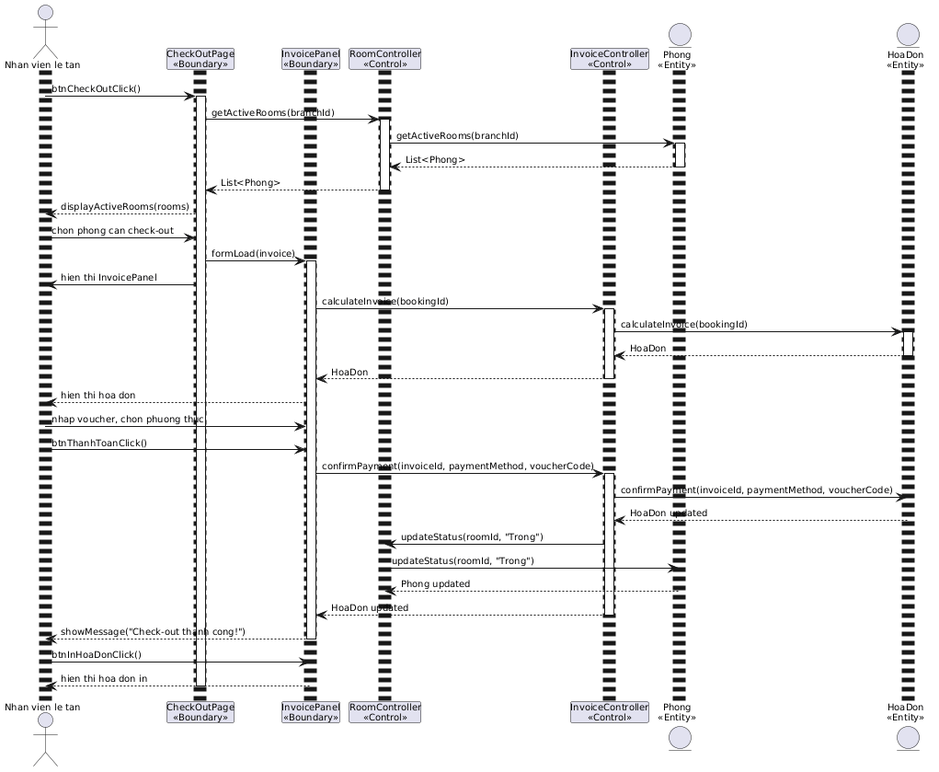
Above: output/diagrams/booking_seq_3.png in thanhtrnnn/cnpm (PlantUML), before the change.
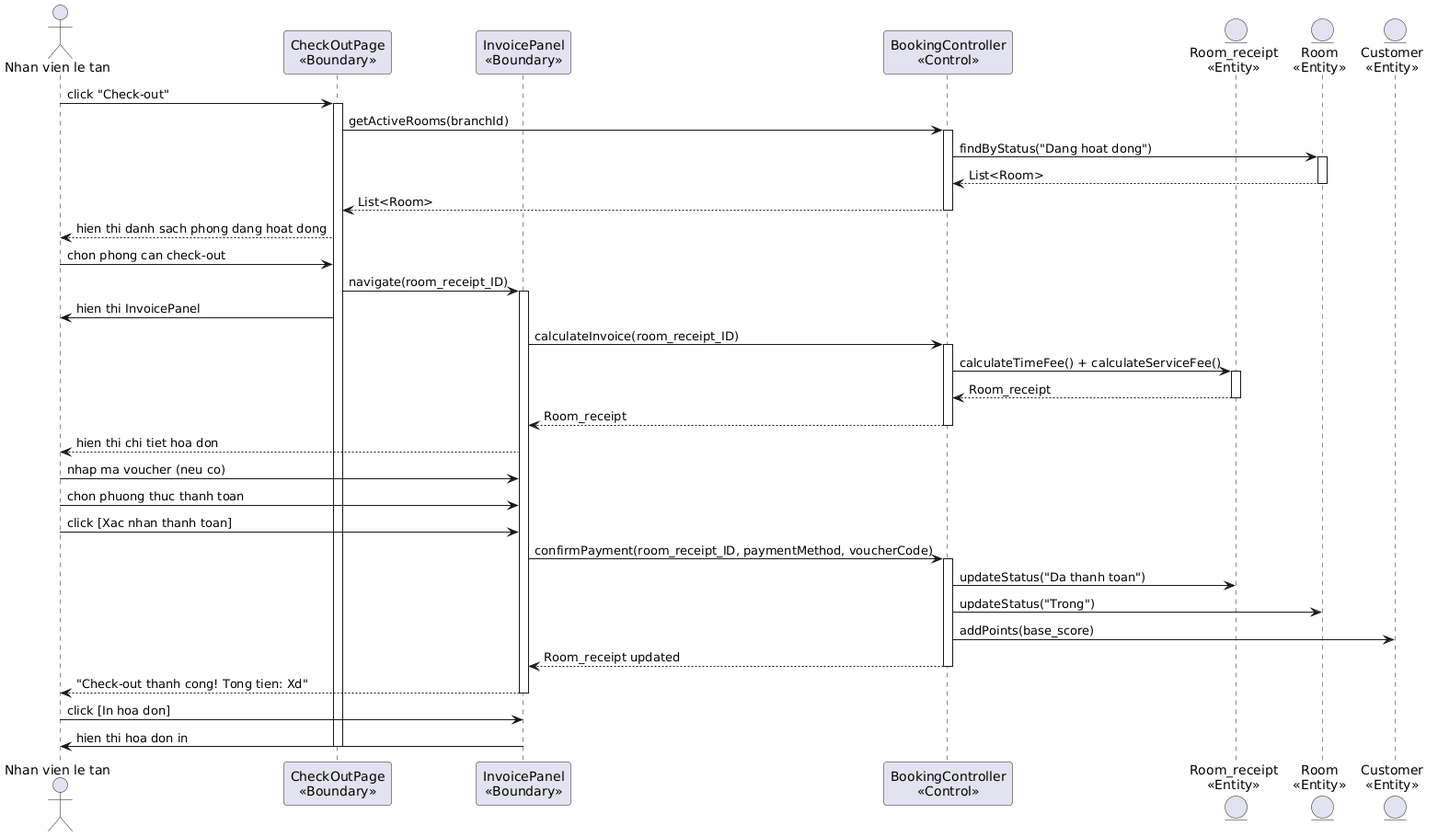
Later version of the same file.

Commit message:
sync: update all sequence diagrams with English entity names per Google Docs

The edit, as a diff of the source:
```diff
@@ -1,67 +1,53 @@
 @startuml
-skinparam defaultFontName "Arial"
-skinparam defaultFontSize 10
-skinparam shadowing false
-
-<style>
-sequenceDiagram {
-  actor { Padding 2 Margin 2 FontName "Arial" FontSize 10 }
-  participant { Padding 2 Margin 2 FontName "Arial" FontSize 10 }
-  lifeLine { LineThickness 1 Padding 4 }
-  message { FontName "Arial" FontSize 10 Padding 1 }
-}
-</style>
-
 actor "Nhan vien le tan" as NV
 participant "CheckOutPage\n<<Boundary>>" as CheckOut
 participant "InvoicePanel\n<<Boundary>>" as Invoice
-participant "RoomController\n<<Control>>" as RoomCtrl
-participant "InvoiceController\n<<Control>>" as InvCtrl
-entity "Phong\n<<Entity>>" as Phong
-entity "HoaDon\n<<Entity>>" as HD
+participant "BookingController\n<<Control>>" as Ctrl
+entity "Room_receipt\n<<Entity>>" as RR
+entity "Room\n<<Entity>>" as Room
+entity "Customer\n<<Entity>>" as Cust
 
-NV -> CheckOut: btnCheckOutClick()
+NV -> CheckOut: click "Check-out"
 activate CheckOut
-CheckOut -> RoomCtrl: getActiveRooms(branchId)
-activate RoomCtrl
-RoomCtrl -> Phong: getActiveRooms(branchId)
-activate Phong
-Phong --> RoomCtrl: List<Phong>
-deactivate Phong
-RoomCtrl --> CheckOut: List<Phong>
-deactivate RoomCtrl
-CheckOut --> NV: displayActiveRooms(rooms)
+CheckOut -> Ctrl: getActiveRooms(branchId)
+activate Ctrl
+Ctrl -> Room: findByStatus("Dang hoat dong")
+activate Room
+Room --> Ctrl: List<Room>
+deactivate Room
+Ctrl --> CheckOut: List<Room>
+deactivate Ctrl
+CheckOut --> NV: hien thi danh sach phong dang hoat dong
 
 NV -> CheckOut: chon phong can check-out
-CheckOut -> Invoice: formLoad(invoice)
+CheckOut -> Invoice: navigate(room_receipt_ID)
 activate Invoice
 CheckOut -> NV: hien thi InvoicePanel
 
-Invoice -> InvCtrl: calculateInvoice(bookingId)
-activate InvCtrl
-InvCtrl -> HD: calculateInvoice(bookingId)
-activate HD
-HD --> InvCtrl: HoaDon
-deactivate HD
-InvCtrl --> Invoice: HoaDon
-deactivate InvCtrl
-Invoice --> NV: hien thi hoa don
+Invoice -> Ctrl: calculateInvoice(room_receipt_ID)
+activate Ctrl
+Ctrl -> RR: calculateTimeFee() + calculateServiceFee()
+activate RR
+RR --> Ctrl: Room_receipt
+deactivate RR
+Ctrl --> Invoice: Room_receipt
+deactivate Ctrl
+Invoice --> NV: hien thi chi tiet hoa don
 
-NV -> Invoice: nhap voucher, chon phuong thuc
-NV -> Invoice: btnThanhToanClick()
-Invoice -> InvCtrl: confirmPayment(invoiceId, paymentMethod, voucherCode)
-activate InvCtrl
-InvCtrl -> HD: confirmPayment(invoiceId, paymentMethod, voucherCode)
-HD --> InvCtrl: HoaDon updated
-InvCtrl -> RoomCtrl: updateStatus(roomId, "Trong")
-RoomCtrl -> Phong: updateStatus(roomId, "Trong")
-Phong --> RoomCtrl: Phong updated
-InvCtrl --> Invoice: HoaDon updated
-deactivate InvCtrl
-Invoice --> NV: showMessage("Check-out thanh cong!")
+NV -> Invoice: nhap ma voucher (neu co)
+NV -> Invoice: chon phuong thuc thanh toan
+NV -> Invoice: click [Xac nhan thanh toan]
+Invoice -> Ctrl: confirmPayment(room_receipt_ID, paymentMethod, voucherCode)
+activate Ctrl
+Ctrl -> RR: updateStatus("Da thanh toan")
+Ctrl -> Room: updateStatus("Trong")
+Ctrl -> Cust: addPoints(base_score)
+Ctrl --> Invoice: Room_receipt updated
+deactivate Ctrl
+Invoice --> NV: "Check-out thanh cong! Tong tien: Xd"
 deactivate Invoice
 
-NV -> Invoice: btnInHoaDonClick()
-Invoice --> NV: hien thi hoa don in
+NV -> Invoice: click [In hoa don]
+Invoice -> NV: hien thi hoa don in
 deactivate CheckOut
 @enduml
```
